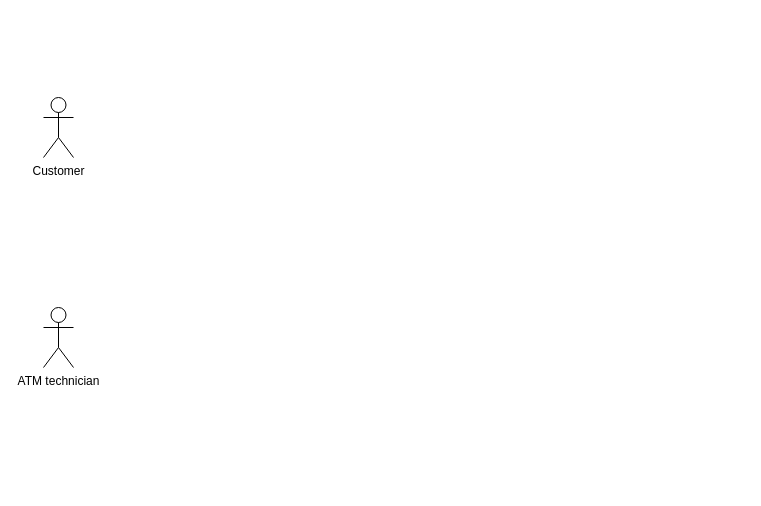
Earlier version of the draw.io diagram Untitled Diagram.drawio (TheAmazingWorldofGumball/WebCraft). Source tidied: cells renumbered, new cells numbered last; positions are measured from the earlier drawing's top-left corner, leaving out a move shared by most shapes. Both pictures are drawn from the tidied source at 100%, with x=0, y=0 at pixel (43, 97).
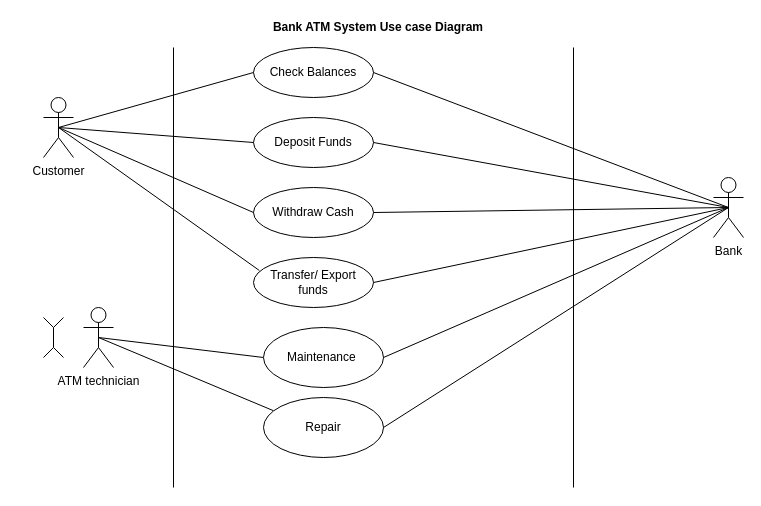
Above is the later version.

Unchanged cells that the change refers to:
```xml
<mxCell id="2" value="Customer" style="shape=umlActor;verticalLabelPosition=bottom;verticalAlign=top;html=1;outlineConnect=0;" parent="1" vertex="1">
  <mxGeometry width="30" height="60" as="geometry" />
</mxCell>
```

What changed in the source:
```diff
@@
     <mxCell id="3" value="ATM technician" style="shape=umlActor;verticalLabelPosition=bottom;verticalAlign=top;html=1;outlineConnect=0;" parent="1" vertex="1">
-      <mxGeometry y="210" width="30" height="60" as="geometry" />
+      <mxGeometry x="40" y="210" width="30" height="60" as="geometry" />
     </mxCell>
+    <mxCell id="4" value="Bank" style="shape=umlActor;verticalLabelPosition=bottom;verticalAlign=top;html=1;outlineConnect=0;" parent="1" vertex="1">
+      <mxGeometry x="670" y="80" width="30" height="60" as="geometry" />
+    </mxCell>
+    <mxCell id="5" style="endArrow=none;html=1;entryX=0;entryY=0.5;entryDx=0;entryDy=0;exitX=0.5;exitY=0.5;exitDx=0;exitDy=0;exitPerimeter=0;" parent="1" edge="1" source="3" target="7">
+      <mxGeometry relative="1" as="geometry" />
+    </mxCell>
+    <mxCell id="6" style="endArrow=none;html=1;entryX=0.083;entryY=0.22;entryDx=0;entryDy=0;entryPerimeter=0;exitX=0.5;exitY=0.5;exitDx=0;exitDy=0;exitPerimeter=0;" parent="1" edge="1" source="3" target="8">
+      <mxGeometry relative="1" as="geometry" />
+    </mxCell>
+    <mxCell id="7" value="Maintenance&amp;nbsp;" style="ellipse;whiteSpace=wrap;html=1;" parent="1" vertex="1">
+      <mxGeometry x="220" y="230" width="120" height="60" as="geometry" />
+    </mxCell>
+    <mxCell id="8" value="Repair" style="ellipse;whiteSpace=wrap;html=1;" parent="1" vertex="1">
+      <mxGeometry x="220" y="300" width="120" height="60" as="geometry" />
+    </mxCell>
+    <mxCell id="9" style="endArrow=none;html=1;exitX=1;exitY=0.5;exitDx=0;exitDy=0;entryX=0.5;entryY=0.5;entryDx=0;entryDy=0;entryPerimeter=0;" parent="1" edge="1" source="8" target="4">
+      <mxGeometry relative="1" as="geometry" />
+    </mxCell>
+    <mxCell id="10" style="endArrow=none;html=1;exitX=1;exitY=0.5;exitDx=0;exitDy=0;entryX=0.5;entryY=0.5;entryDx=0;entryDy=0;entryPerimeter=0;" parent="1" edge="1" source="7" target="4">
+      <mxGeometry relative="1" as="geometry" />
+    </mxCell>
+    <mxCell id="11" style="endArrow=none;html=1;" parent="1" edge="1">
+      <mxGeometry relative="1" as="geometry">
+        <mxPoint x="130" y="390" as="sourcePoint" />
+        <mxPoint x="130" y="-50" as="targetPoint" />
+      </mxGeometry>
+    </mxCell>
+    <mxCell id="12" style="endArrow=none;html=1;" parent="1" edge="1">
+      <mxGeometry relative="1" as="geometry">
+        <mxPoint x="530" y="390" as="sourcePoint" />
+        <mxPoint x="530" y="-50" as="targetPoint" />
+      </mxGeometry>
+    </mxCell>
+    <mxCell id="13" style="endArrow=none;html=1;" parent="1" edge="1">
+      <mxGeometry relative="1" as="geometry">
+        <mxPoint x="10" y="230" as="sourcePoint" />
+        <mxPoint x="10" y="250" as="targetPoint" />
+      </mxGeometry>
+    </mxCell>
+    <mxCell id="14" style="endArrow=none;html=1;" parent="1" edge="1">
+      <mxGeometry relative="1" as="geometry">
+        <mxPoint x="10" y="230" as="sourcePoint" />
+        <mxPoint x="20" y="220" as="targetPoint" />
+      </mxGeometry>
+    </mxCell>
+    <mxCell id="15" style="endArrow=none;html=1;" parent="1" edge="1">
+      <mxGeometry relative="1" as="geometry">
+        <mxPoint y="220" as="sourcePoint" />
+        <mxPoint x="10" y="230" as="targetPoint" />
+      </mxGeometry>
+    </mxCell>
+    <mxCell id="16" style="endArrow=none;html=1;" parent="1" edge="1">
+      <mxGeometry relative="1" as="geometry">
+        <mxPoint x="10" y="250" as="sourcePoint" />
+        <mxPoint x="20" y="260" as="targetPoint" />
+      </mxGeometry>
+    </mxCell>
+    <mxCell id="17" style="endArrow=none;html=1;" parent="1" edge="1">
+      <mxGeometry relative="1" as="geometry">
+        <mxPoint y="260" as="sourcePoint" />
+        <mxPoint x="10" y="250" as="targetPoint" />
+      </mxGeometry>
+    </mxCell>
+    <mxCell id="18" value="&lt;b&gt;Bank ATM System Use case Diagram&lt;/b&gt;" style="text;html=1;strokeColor=none;fillColor=none;align=center;verticalAlign=middle;whiteSpace=wrap;rounded=0;" parent="1" vertex="1">
+      <mxGeometry x="100" y="-80" width="470" height="20" as="geometry" />
+    </mxCell>
+    <mxCell id="19" value="Check Balances" style="ellipse;whiteSpace=wrap;html=1;" parent="1" vertex="1">
+      <mxGeometry x="210" y="-50" width="120" height="50" as="geometry" />
+    </mxCell>
+    <mxCell id="20" value="Deposit Funds" style="ellipse;whiteSpace=wrap;html=1;" parent="1" vertex="1">
+      <mxGeometry x="210" y="20" width="120" height="50" as="geometry" />
+    </mxCell>
+    <mxCell id="21" value="Withdraw Cash" style="ellipse;whiteSpace=wrap;html=1;" parent="1" vertex="1">
+      <mxGeometry x="210" y="90" width="120" height="50" as="geometry" />
+    </mxCell>
+    <mxCell id="22" value="Transfer/ Export funds" style="ellipse;whiteSpace=wrap;html=1;" parent="1" vertex="1">
+      <mxGeometry x="210" y="160" width="120" height="50" as="geometry" />
+    </mxCell>
+    <mxCell id="23" style="endArrow=none;html=1;exitX=0.5;exitY=0.5;exitDx=0;exitDy=0;exitPerimeter=0;entryX=0;entryY=0.5;entryDx=0;entryDy=0;" parent="1" edge="1" source="2" target="19">
+      <mxGeometry relative="1" as="geometry" />
+    </mxCell>
+    <mxCell id="24" style="endArrow=none;html=1;exitX=0.5;exitY=0.5;exitDx=0;exitDy=0;exitPerimeter=0;entryX=0;entryY=0.5;entryDx=0;entryDy=0;" parent="1" edge="1" source="2" target="20">
+      <mxGeometry relative="1" as="geometry" />
+    </mxCell>
+    <mxCell id="25" style="endArrow=none;html=1;exitX=0.5;exitY=0.5;exitDx=0;exitDy=0;exitPerimeter=0;entryX=0;entryY=0.5;entryDx=0;entryDy=0;" parent="1" edge="1" source="2" target="21">
+      <mxGeometry relative="1" as="geometry" />
+    </mxCell>
+    <mxCell id="26" style="endArrow=none;html=1;exitX=0.5;exitY=0.5;exitDx=0;exitDy=0;exitPerimeter=0;entryX=0.049;entryY=0.26;entryDx=0;entryDy=0;entryPerimeter=0;" parent="1" edge="1" source="2" target="22">
+      <mxGeometry relative="1" as="geometry" />
+    </mxCell>
+    <mxCell id="27" style="endArrow=none;html=1;entryX=0.5;entryY=0.5;entryDx=0;entryDy=0;entryPerimeter=0;exitX=1;exitY=0.5;exitDx=0;exitDy=0;" parent="1" edge="1" source="19" target="4">
+      <mxGeometry relative="1" as="geometry" />
+    </mxCell>
+    <mxCell id="28" style="endArrow=none;html=1;entryX=0.5;entryY=0.5;entryDx=0;entryDy=0;entryPerimeter=0;exitX=1;exitY=0.5;exitDx=0;exitDy=0;" parent="1" edge="1" source="20" target="4">
+      <mxGeometry relative="1" as="geometry" />
+    </mxCell>
+    <mxCell id="29" style="endArrow=none;html=1;entryX=0.5;entryY=0.5;entryDx=0;entryDy=0;entryPerimeter=0;exitX=1;exitY=0.5;exitDx=0;exitDy=0;" parent="1" edge="1" source="21" target="4">
+      <mxGeometry relative="1" as="geometry" />
+    </mxCell>
+    <mxCell id="30" style="endArrow=none;html=1;entryX=0.5;entryY=0.5;entryDx=0;entryDy=0;entryPerimeter=0;exitX=1;exitY=0.5;exitDx=0;exitDy=0;" parent="1" edge="1" source="22" target="4">
+      <mxGeometry relative="1" as="geometry" />
+    </mxCell>
```
